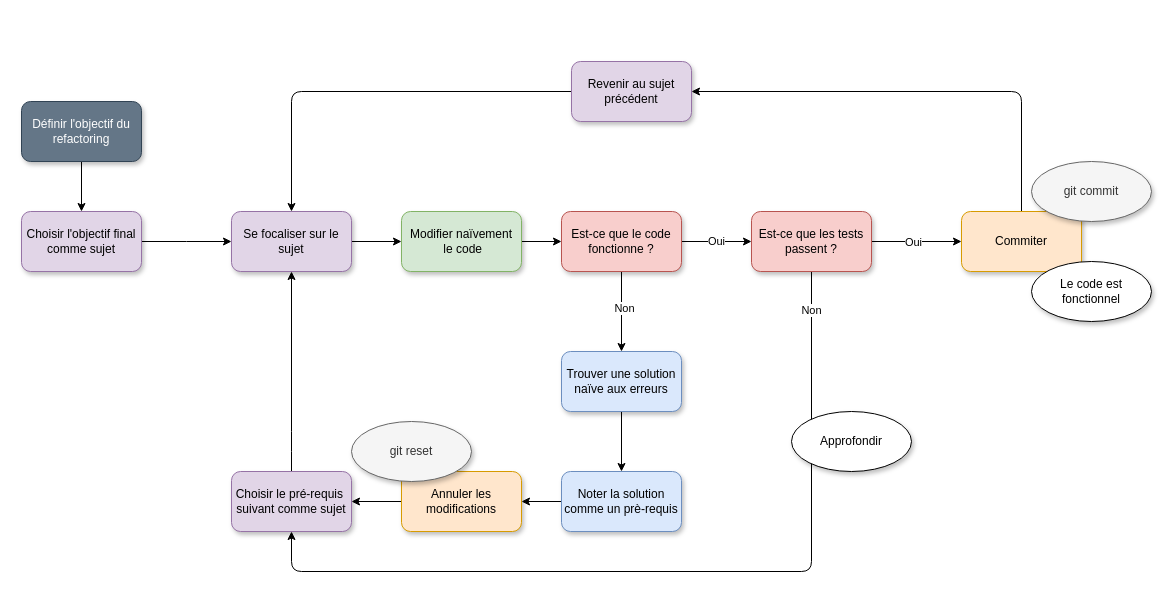
This is page "Mikado" (12 of 14) of drawio/testability.drawio from Envol2023/refactoring, a draw.io file, before an edit. Source tidied: cells renumbered, new cells numbered last; positions are measured from the earlier drawing's top-left corner, leaving out a move shared by most shapes. Both pictures are drawn from the tidied source at 100%, with x=0, y=0 at pixel (21, 61).
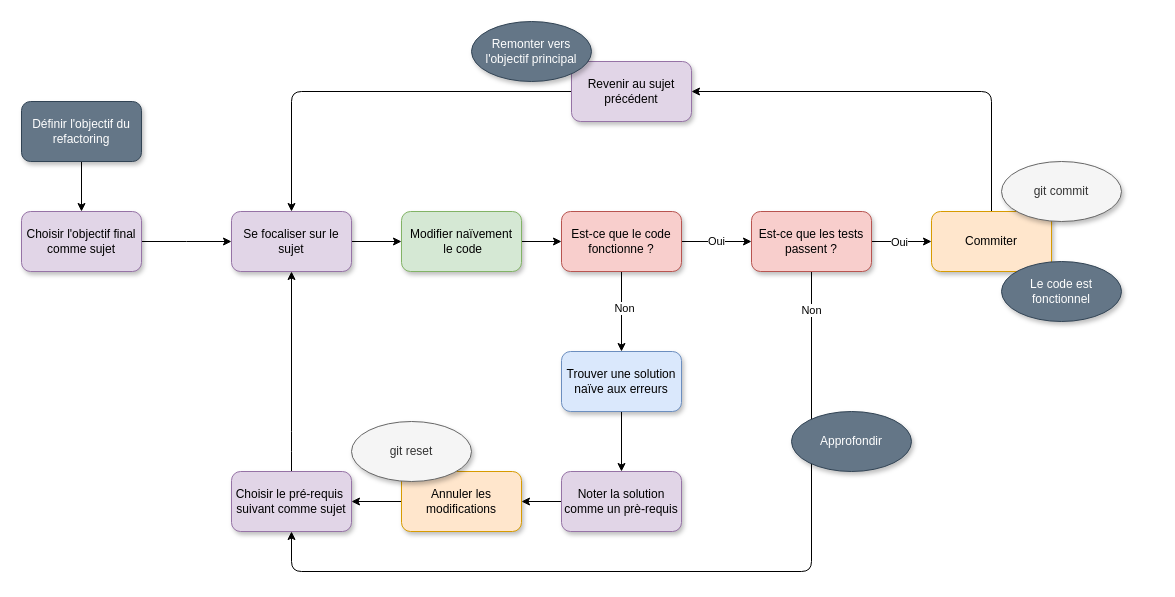
After the change.

The change refers to these unchanged cells:
```xml
<mxCell id="29" value="Revenir au sujet précédent" style="whiteSpace=wrap;html=1;rounded=1;fillColor=#e1d5e7;strokeColor=#9673a6;shadow=1;" parent="1" vertex="1">
  <mxGeometry x="550" width="120" height="60" as="geometry" />
</mxCell>
```

What changed in the source:
```diff
@@
     <mxCell id="16" style="edgeStyle=orthogonalEdgeStyle;rounded=1;jettySize=auto;html=1;exitX=0.5;exitY=0;exitDx=0;exitDy=0;" parent="1" edge="1" source="17" target="29">
       <mxGeometry relative="1" as="geometry">
         <Array as="points">
-          <mxPoint x="1000" y="30" />
+          <mxPoint x="970" y="30" />
         </Array>
       </mxGeometry>
     </mxCell>
     <mxCell id="17" value="Commiter" style="whiteSpace=wrap;html=1;rounded=1;fillColor=#ffe6cc;strokeColor=#d79b00;shadow=1;" parent="1" vertex="1">
-      <mxGeometry x="940" y="150" width="120" height="60" as="geometry" />
+      <mxGeometry x="910" y="150" width="120" height="60" as="geometry" />
     </mxCell>
@@
-    <mxCell id="19" value="Noter la solution comme un prè-requis" style="whiteSpace=wrap;html=1;rounded=1;fillColor=#dae8fc;strokeColor=#6c8ebf;shadow=1;" parent="1" vertex="1">
+    <mxCell id="19" value="Noter la solution comme un prè-requis" style="whiteSpace=wrap;html=1;rounded=1;fillColor=#e1d5e7;strokeColor=#9673a6;shadow=1;" parent="1" vertex="1">
       <mxGeometry x="540" y="410" width="120" height="60" as="geometry" />
     </mxCell>
@@
+    <mxCell id="34" parent="0" />
+    <mxCell id="35" value="Remonter vers l'objectif principal" style="ellipse;whiteSpace=wrap;html=1;shadow=1;fillColor=#647687;fontColor=#ffffff;strokeColor=#314354;" parent="34" vertex="1">
+      <mxGeometry x="450" y="-40" width="120" height="60" as="geometry" />
+    </mxCell>
+    <mxCell id="31" value="Approfondir" style="ellipse;whiteSpace=wrap;html=1;shadow=1;fillColor=#647687;fontColor=#ffffff;strokeColor=#314354;" parent="34" vertex="1">
+      <mxGeometry x="770" y="350" width="120" height="60" as="geometry" />
+    </mxCell>
-    <mxCell id="30" value="Le code est fonctionnel" style="ellipse;whiteSpace=wrap;html=1;shadow=1;" parent="1" vertex="1">
-      <mxGeometry x="1010" y="200" width="120" height="60" as="geometry" />
+    <mxCell id="30" value="Le code est fonctionnel" style="ellipse;whiteSpace=wrap;html=1;shadow=1;fillColor=#647687;fontColor=#ffffff;strokeColor=#314354;" parent="34" vertex="1">
+      <mxGeometry x="980" y="200" width="120" height="60" as="geometry" />
     </mxCell>
-    <mxCell id="31" value="Approfondir" style="ellipse;whiteSpace=wrap;html=1;shadow=1;" parent="1" vertex="1">
-      <mxGeometry x="770" y="350" width="120" height="60" as="geometry" />
-    </mxCell>
+    <mxCell id="36" parent="0" />
+    <mxCell id="33" value="git commit" style="ellipse;whiteSpace=wrap;html=1;shadow=1;fillColor=#f5f5f5;fontColor=#333333;strokeColor=#666666;" parent="36" vertex="1">
+      <mxGeometry x="980" y="100" width="120" height="60" as="geometry" />
+    </mxCell>
-    <mxCell id="32" value="git reset" style="ellipse;whiteSpace=wrap;html=1;shadow=1;fillColor=#f5f5f5;fontColor=#333333;strokeColor=#666666;" parent="1" vertex="1">
+    <mxCell id="32" value="git reset" style="ellipse;whiteSpace=wrap;html=1;shadow=1;fillColor=#f5f5f5;fontColor=#333333;strokeColor=#666666;" parent="36" vertex="1">
       <mxGeometry x="330" y="360" width="120" height="60" as="geometry" />
     </mxCell>
-    <mxCell id="33" value="git commit" style="ellipse;whiteSpace=wrap;html=1;shadow=1;fillColor=#f5f5f5;fontColor=#333333;strokeColor=#666666;" parent="1" vertex="1">
-      <mxGeometry x="1010" y="100" width="120" height="60" as="geometry" />
-    </mxCell>
```
